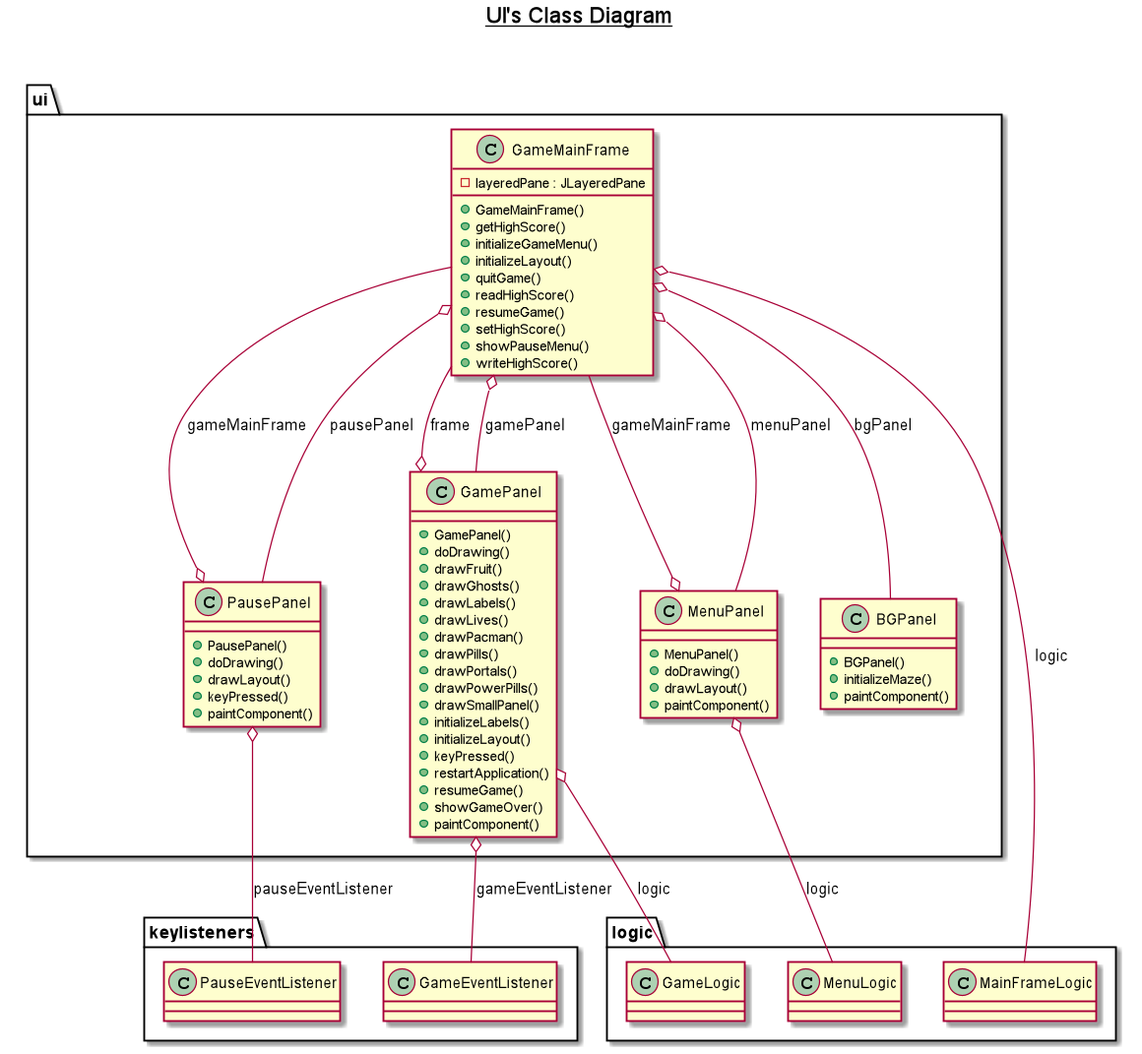
This is UMLs/ui.png from frnocentini/jpacman, a PlantUML export, as it was before one commit.
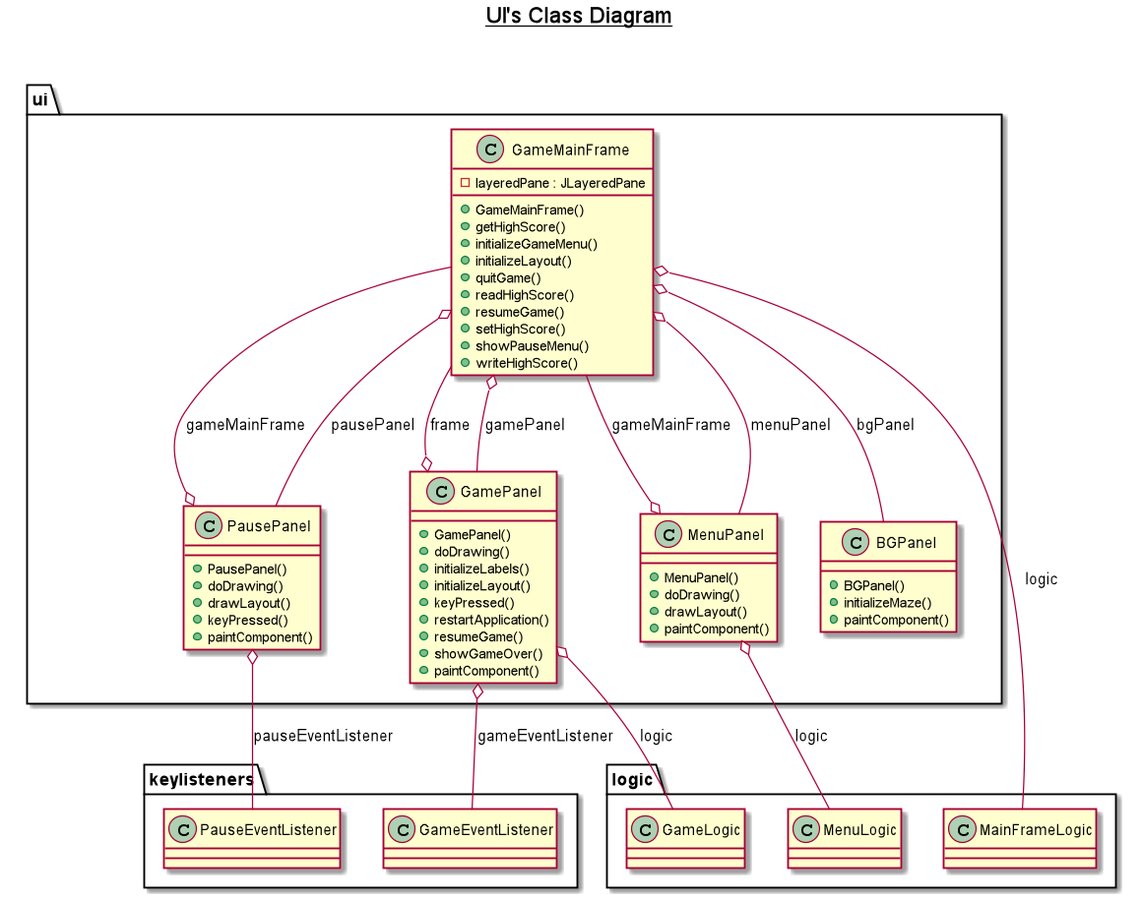
After the change.

Diff of the diagram source:
```diff
@@ -24,15 +24,6 @@
       class ui.GamePanel {
           + GamePanel()
           + doDrawing()
-          + drawFruit()
-          + drawGhosts()
-          + drawLabels()
-          + drawLives()
-          + drawPacman()
-          + drawPills()
-          + drawPortals()
-          + drawPowerPills()
-          + drawSmallPanel()
           + initializeLabels()
           + initializeLayout()
           + keyPressed()
```
